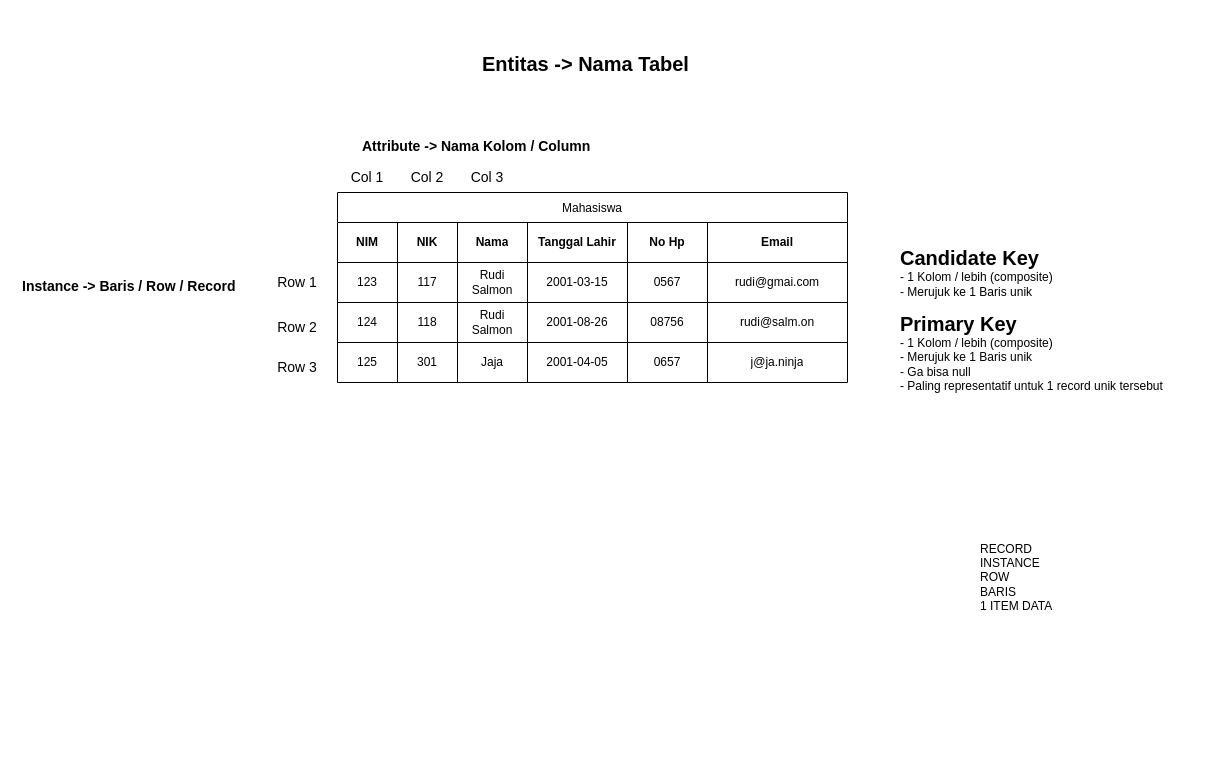
insanalamin/IF214002 keeps this draw.io diagram as page "Page-1" (1 of 3) of pertemuan5/Pertemuan 5.drawio. Above is the earlier version. Source tidied: cells renumbered, new cells numbered last; positions are measured from the earlier drawing's top-left corner, leaving out a move shared by most shapes. Both pictures are drawn from the tidied source at 100%, with x=0, y=0 at pixel (17, 62).
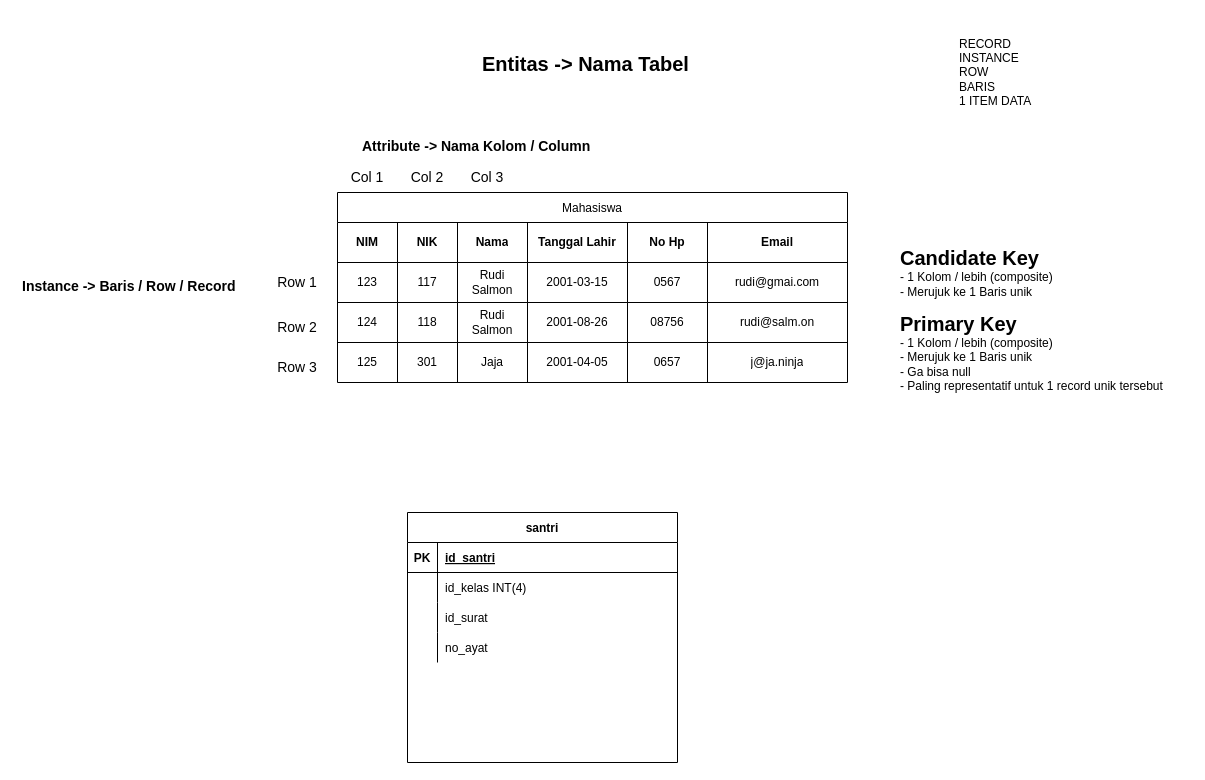
After the change.

The edit, as a diff of the source:
```diff
@@
     <mxCell id="31" value="&lt;div align=&quot;left&quot;&gt;RECORD&lt;/div&gt;&lt;div align=&quot;left&quot;&gt;INSTANCE&lt;/div&gt;&lt;div align=&quot;left&quot;&gt;ROW&lt;/div&gt;&lt;div align=&quot;left&quot;&gt;BARIS&lt;/div&gt;&lt;div align=&quot;left&quot;&gt;1 ITEM DATA&lt;/div&gt;" style="text;html=1;strokeColor=none;fillColor=none;align=left;verticalAlign=middle;whiteSpace=wrap;rounded=0;" parent="1" vertex="1">
-      <mxGeometry x="961" y="460" width="150" height="110" as="geometry" />
+      <mxGeometry x="940" y="-45" width="150" height="110" as="geometry" />
     </mxCell>
@@
+    <mxCell id="43" value="santri" style="shape=table;startSize=30;childLayout=tableLayout;rowLines=0;fontStyle=1;align=center;" parent="1" vertex="1">
+      <mxGeometry x="390" y="450" width="270" height="250" as="geometry" />
+    </mxCell>
+    <mxCell id="44" style="shape=tableRow;horizontal=0;startSize=0;swimlaneHead=0;swimlaneBody=0;fillColor=none;top=0;left=0;right=0;bottom=1;" parent="43" vertex="1">
+      <mxGeometry y="30" width="270" height="30" as="geometry" />
+    </mxCell>
+    <mxCell id="45" value="PK" style="shape=partialRectangle;fillColor=none;top=0;left=0;bottom=0;right=0;fontStyle=1;overflow=hidden;" parent="44" vertex="1">
+      <mxGeometry width="30" height="30" as="geometry" />
+    </mxCell>
+    <mxCell id="46" value="id_santri" style="shape=partialRectangle;fillColor=none;top=0;left=0;bottom=0;right=0;align=left;spacingLeft=6;fontStyle=5;overflow=hidden;" parent="44" vertex="1">
+      <mxGeometry x="30" width="240" height="30" as="geometry" />
+    </mxCell>
+    <mxCell id="47" style="shape=tableRow;horizontal=0;startSize=0;swimlaneHead=0;swimlaneBody=0;fillColor=none;top=0;left=0;right=0;bottom=0;" parent="43" vertex="1">
+      <mxGeometry y="60" width="270" height="30" as="geometry" />
+    </mxCell>
+    <mxCell id="48" style="shape=partialRectangle;fillColor=none;top=0;left=0;bottom=0;right=0;overflow=hidden;" parent="47" vertex="1">
+      <mxGeometry width="30" height="30" as="geometry" />
+    </mxCell>
+    <mxCell id="49" value="id_kelas INT(4)" style="shape=partialRectangle;fillColor=none;top=0;left=0;bottom=0;right=0;align=left;spacingLeft=6;overflow=hidden;" parent="47" vertex="1">
+      <mxGeometry x="30" width="240" height="30" as="geometry" />
+    </mxCell>
+    <mxCell id="50" style="shape=tableRow;horizontal=0;startSize=0;swimlaneHead=0;swimlaneBody=0;fillColor=none;top=0;left=0;right=0;bottom=0;" parent="43" vertex="1">
+      <mxGeometry y="90" width="270" height="30" as="geometry" />
+    </mxCell>
+    <mxCell id="51" style="shape=partialRectangle;fillColor=none;top=0;left=0;bottom=0;right=0;overflow=hidden;" parent="50" vertex="1">
+      <mxGeometry width="30" height="30" as="geometry" />
+    </mxCell>
+    <mxCell id="52" value="id_surat" style="shape=partialRectangle;fillColor=none;top=0;left=0;bottom=0;right=0;align=left;spacingLeft=6;overflow=hidden;" parent="50" vertex="1">
+      <mxGeometry x="30" width="240" height="30" as="geometry" />
+    </mxCell>
+    <mxCell id="53" style="shape=tableRow;horizontal=0;startSize=0;swimlaneHead=0;swimlaneBody=0;fillColor=none;top=0;left=0;right=0;bottom=0;" parent="43" vertex="1">
+      <mxGeometry y="120" width="270" height="30" as="geometry" />
+    </mxCell>
+    <mxCell id="54" style="shape=partialRectangle;fillColor=none;top=0;left=0;bottom=0;right=0;overflow=hidden;" parent="53" vertex="1">
+      <mxGeometry width="30" height="30" as="geometry" />
+    </mxCell>
+    <mxCell id="55" value="no_ayat" style="shape=partialRectangle;fillColor=none;top=0;left=0;bottom=0;right=0;align=left;spacingLeft=6;overflow=hidden;" parent="53" vertex="1">
+      <mxGeometry x="30" width="240" height="30" as="geometry" />
+    </mxCell>
```
